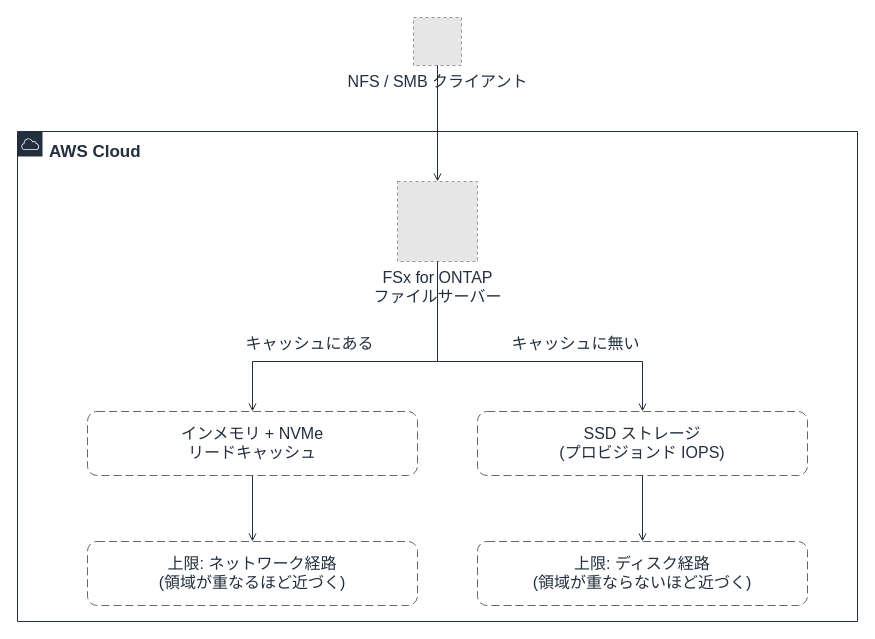
Above: docs/_assets/diagrams/s3burst-two-ceilings.drawio in Yoshiki0705/S3-Burst-on-ONTAP-Files (draw.io), before the change. Source tidied: cells renumbered, new cells numbered last; positions are measured from the earlier drawing's top-left corner, leaving out a move shared by most shapes. Both pictures are drawn from the tidied source at 100%, with x=0, y=0 at pixel (17, 17). Pictures stored in the file or linked from it are replaced by grey dashed boxes.
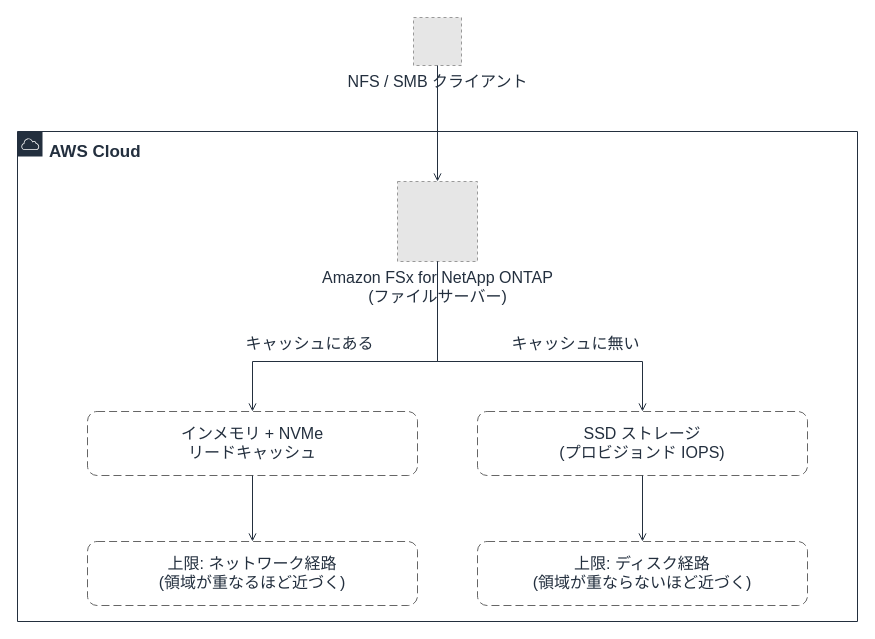
The same page after the edit.

What changed in the source:
```diff
@@
 <mxGraphModel>
   <root>
     <mxCell id="0" />
     <mxCell id="1" parent="0" />
     <mxCell id="2" value="AWS Cloud" style="gradientColor=none;html=1;whiteSpace=wrap;fontSize=17;fontStyle=1;fontColor=#232F3E;shape=mxgraph.aws4.group;grIcon=mxgraph.aws4.group_aws_cloud;strokeColor=#232F3E;fillColor=none;verticalAlign=top;align=left;spacingLeft=30;spacingTop=4;dashed=0;" parent="1" vertex="1">
       <mxGeometry y="114" width="840" height="490" as="geometry" />
     </mxCell>
     <mxCell id="3" value="インメモリ + NVMe&#10;リードキャッシュ" style="rounded=1;whiteSpace=wrap;html=1;dashed=1;dashPattern=8 4;strokeColor=#666666;fillColor=none;fontColor=#232F3E;fontSize=16;verticalAlign=top;align=center;spacingTop=6;" parent="1" vertex="1">
       <mxGeometry x="70" y="394" width="330" height="64" as="geometry" />
     </mxCell>
     <mxCell id="4" value="SSD ストレージ&#10;(プロビジョンド IOPS)" style="rounded=1;whiteSpace=wrap;html=1;dashed=1;dashPattern=8 4;strokeColor=#666666;fillColor=none;fontColor=#232F3E;fontSize=16;verticalAlign=top;align=center;spacingTop=6;" parent="1" vertex="1">
       <mxGeometry x="460" y="394" width="330" height="64" as="geometry" />
     </mxCell>
     <mxCell id="5" value="上限: ネットワーク経路&#10;(領域が重なるほど近づく)" style="rounded=1;whiteSpace=wrap;html=1;dashed=1;dashPattern=8 4;strokeColor=#666666;fillColor=none;fontColor=#232F3E;fontSize=16;verticalAlign=top;align=center;spacingTop=6;" parent="1" vertex="1">
       <mxGeometry x="70" y="524" width="330" height="64" as="geometry" />
     </mxCell>
     <mxCell id="6" value="上限: ディスク経路&#10;(領域が重ならないほど近づく)" style="rounded=1;whiteSpace=wrap;html=1;dashed=1;dashPattern=8 4;strokeColor=#666666;fillColor=none;fontColor=#232F3E;fontSize=16;verticalAlign=top;align=center;spacingTop=6;" parent="1" vertex="1">
       <mxGeometry x="460" y="524" width="330" height="64" as="geometry" />
     </mxCell>
     <mxCell id="7" value="NFS / SMB クライアント" style="fillColor=#E6E6E6;strokeColor=#999999;dashed=1;html=1;verticalLabelPosition=bottom;verticalAlign=top;labelPosition=center;align=center;fontSize=16;fontColor=#232F3E;" parent="1" vertex="1">
       <mxGeometry x="396" width="48" height="48" as="geometry" />
     </mxCell>
-    <mxCell id="8" value="FSx for ONTAP&#10;ファイルサーバー" style="fillColor=#E6E6E6;strokeColor=#999999;dashed=1;html=1;verticalLabelPosition=bottom;verticalAlign=top;labelPosition=center;align=center;fontSize=16;fontColor=#232F3E;" parent="1" vertex="1">
+    <mxCell id="8" value="Amazon FSx for NetApp ONTAP&#10;(ファイルサーバー)" style="fillColor=#E6E6E6;strokeColor=#999999;dashed=1;html=1;verticalLabelPosition=bottom;verticalAlign=top;labelPosition=center;align=center;fontSize=16;fontColor=#232F3E;" parent="1" vertex="1">
       <mxGeometry x="380" y="164" width="80" height="80" as="geometry" />
     </mxCell>
     <mxCell id="9" style="edgeStyle=orthogonalEdgeStyle;rounded=0;html=1;endArrow=open;endFill=0;strokeColor=#232F3E;strokeWidth=1;fontSize=16;fontColor=#232F3E;" parent="1" edge="1" source="7" target="8">
       <mxGeometry relative="1" as="geometry" />
     </mxCell>
     <mxCell id="10" value="キャッシュにある" style="edgeStyle=orthogonalEdgeStyle;rounded=0;html=1;endArrow=open;endFill=0;strokeColor=#232F3E;strokeWidth=1;fontSize=16;fontColor=#232F3E;exitX=0.5;exitY=1.0;exitDx=0;exitDy=0;entryX=0.5;entryY=0.0;entryDx=0;entryDy=0;" parent="1" edge="1" source="8" target="3">
       <mxGeometry relative="1" as="geometry">
         <Array as="points">
           <mxPoint x="420" y="344" />
           <mxPoint x="235" y="344" />
         </Array>
         <mxPoint x="-60" y="-18" as="offset" />
       </mxGeometry>
     </mxCell>
     <mxCell id="11" value="キャッシュに無い" style="edgeStyle=orthogonalEdgeStyle;rounded=0;html=1;endArrow=open;endFill=0;strokeColor=#232F3E;strokeWidth=1;fontSize=16;fontColor=#232F3E;exitX=0.5;exitY=1.0;exitDx=0;exitDy=0;entryX=0.5;entryY=0.0;entryDx=0;entryDy=0;" parent="1" edge="1" source="8" target="4">
       <mxGeometry relative="1" as="geometry">
         <Array as="points">
           <mxPoint x="420" y="344" />
           <mxPoint x="625" y="344" />
         </Array>
         <mxPoint x="60" y="-18" as="offset" />
       </mxGeometry>
     </mxCell>
     <mxCell id="12" style="edgeStyle=orthogonalEdgeStyle;rounded=0;html=1;endArrow=open;endFill=0;strokeColor=#232F3E;strokeWidth=1;fontSize=16;fontColor=#232F3E;" parent="1" edge="1" source="3" target="5">
       <mxGeometry relative="1" as="geometry" />
     </mxCell>
     <mxCell id="13" style="edgeStyle=orthogonalEdgeStyle;rounded=0;html=1;endArrow=open;endFill=0;strokeColor=#232F3E;strokeWidth=1;fontSize=16;fontColor=#232F3E;" parent="1" edge="1" source="4" target="6">
       <mxGeometry relative="1" as="geometry" />
     </mxCell>
   </root>
 </mxGraphModel>
```
